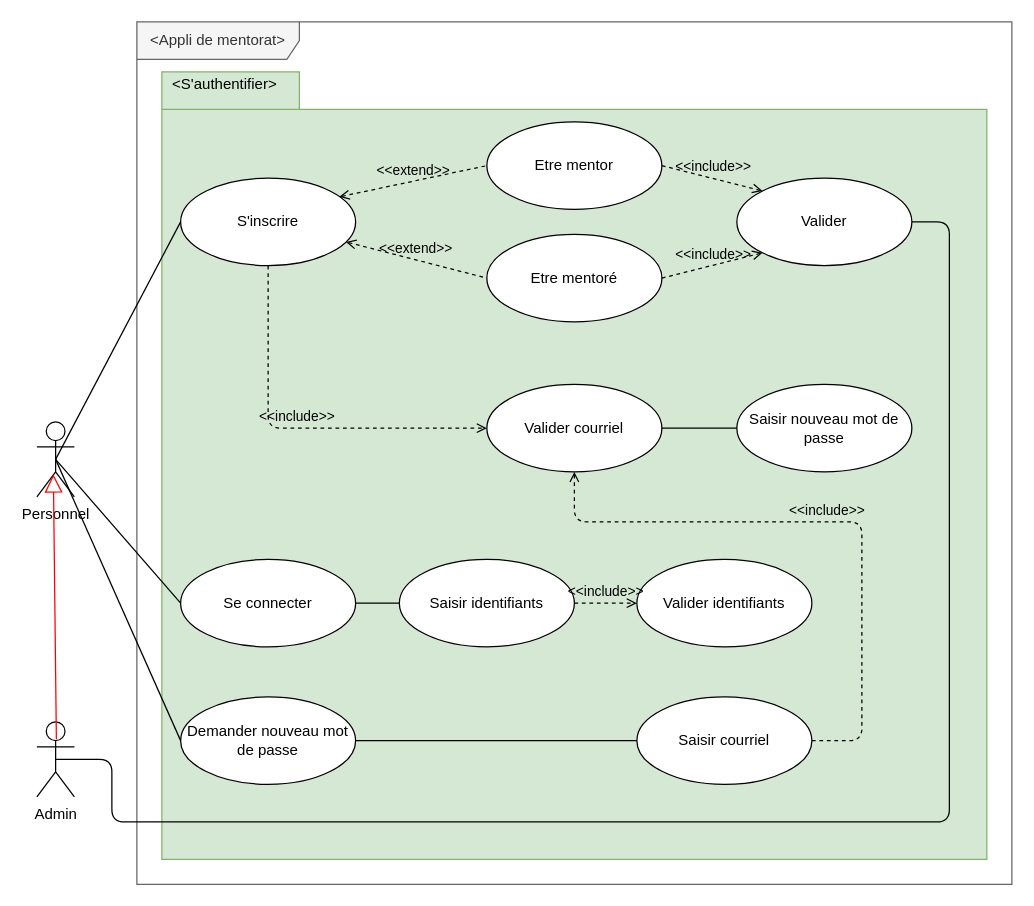
emmo78/Project_ConceptionOfMentorApp keeps this draw.io diagram as page "S'authentifier" (2 of 8) of UseCasesDiagram.drawio. Above is the earlier version. Source tidied: cells renumbered, new cells numbered last; positions are measured from the earlier drawing's top-left corner, leaving out a move shared by most shapes. Both pictures are drawn from the tidied source at 125%, with x=0, y=0 at pixel (36, 21).
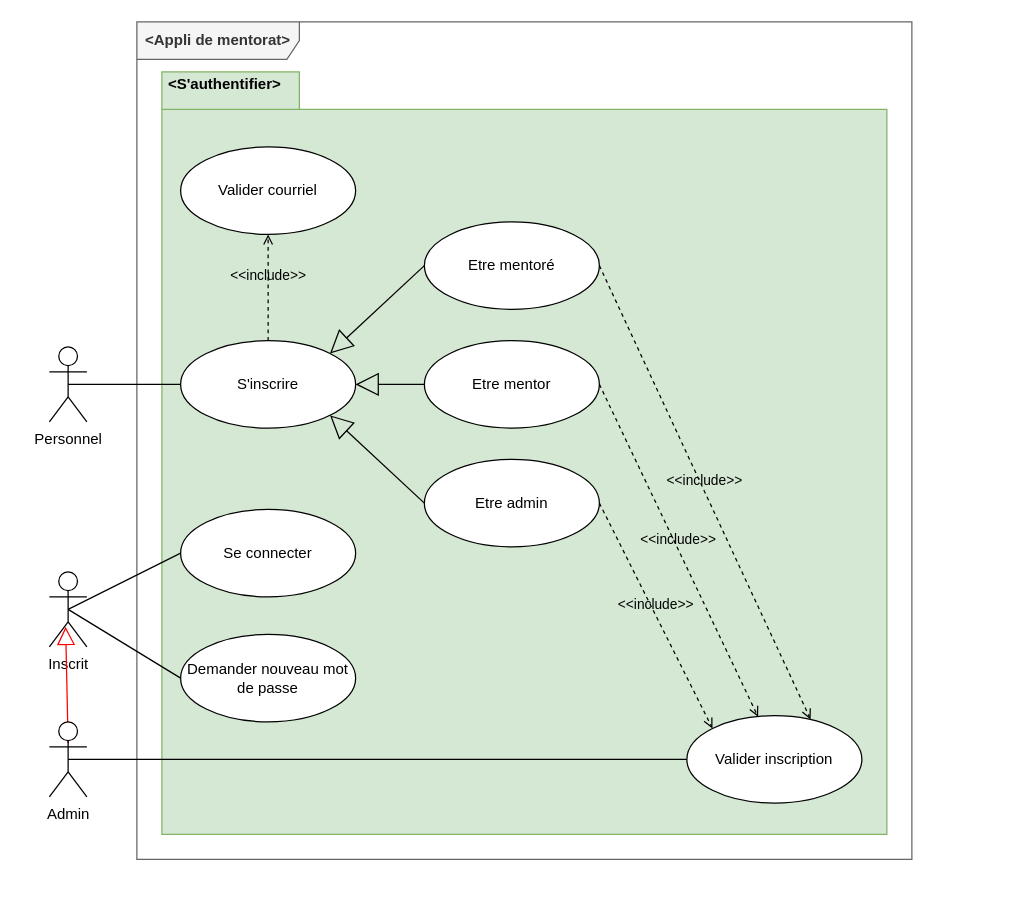
After the change.

Diff of the diagram source:
```diff
@@
-    <mxCell id="2" value="&amp;lt;Appli de mentorat&amp;gt;" style="shape=umlFrame;whiteSpace=wrap;html=1;width=130;height=30;fillColor=#f5f5f5;strokeColor=#666666;fontColor=#333333;" parent="1" vertex="1">
-      <mxGeometry x="80" width="700" height="690" as="geometry" />
+    <mxCell id="2" value="&lt;b&gt;&amp;lt;Appli de mentorat&amp;gt;&lt;/b&gt;" style="shape=umlFrame;whiteSpace=wrap;html=1;width=130;height=30;fillColor=#f5f5f5;strokeColor=#666666;fontColor=#333333;" parent="1" vertex="1">
+      <mxGeometry x="80" width="620" height="670" as="geometry" />
     </mxCell>
     <mxCell id="3" style="shape=folder;fontStyle=1;tabWidth=110;tabHeight=30;tabPosition=left;html=1;boundedLbl=1;fillColor=#d5e8d4;strokeColor=#82b366;" parent="1" vertex="1">
-      <mxGeometry x="100" y="40" width="660" height="630" as="geometry" />
+      <mxGeometry x="100" y="40" width="580" height="610" as="geometry" />
     </mxCell>
-    <mxCell id="4" value="&amp;lt;S'authentifier&amp;gt;" style="text;html=1;align=center;verticalAlign=middle;" parent="1" vertex="1">
-      <mxGeometry x="100" y="40" width="100" height="20" as="geometry" />
+    <mxCell id="4" value="&lt;b&gt;&amp;lt;S'authentifier&amp;gt;&lt;/b&gt;" style="text;html=1;align=center;verticalAlign=middle;" parent="1" vertex="1">
+      <mxGeometry x="95" y="40" width="110" height="20" as="geometry" />
     </mxCell>
     <mxCell id="5" value="S'inscrire" style="ellipse;whiteSpace=wrap;html=1;" parent="1" vertex="1">
-      <mxGeometry x="115" y="125" width="140" height="70" as="geometry" />
+      <mxGeometry x="115" y="255" width="140" height="70" as="geometry" />
     </mxCell>
     <mxCell id="6" value="Se connecter" style="ellipse;whiteSpace=wrap;html=1;" parent="1" vertex="1">
-      <mxGeometry x="115" y="430" width="140" height="70" as="geometry" />
+      <mxGeometry x="115" y="390" width="140" height="70" as="geometry" />
     </mxCell>
     <mxCell id="7" value="Demander nouveau mot de passe" style="ellipse;whiteSpace=wrap;html=1;" parent="1" vertex="1">
-      <mxGeometry x="115" y="540" width="140" height="70" as="geometry" />
+      <mxGeometry x="115" y="490" width="140" height="70" as="geometry" />
     </mxCell>
-    <mxCell id="8" value="Etre mentor" style="ellipse;whiteSpace=wrap;html=1;" parent="1" vertex="1">
-      <mxGeometry x="360" y="80" width="140" height="70" as="geometry" />
-    </mxCell>
-    <mxCell id="9" value="Etre mentoré" style="ellipse;whiteSpace=wrap;html=1;" parent="1" vertex="1">
-      <mxGeometry x="360" y="170" width="140" height="70" as="geometry" />
-    </mxCell>
-    <mxCell id="10" value="Saisir identifiants" style="ellipse;whiteSpace=wrap;html=1;" parent="1" vertex="1">
-      <mxGeometry x="290" y="430" width="140" height="70" as="geometry" />
-    </mxCell>
@@
-    <mxCell id="12" value="&amp;lt;&amp;lt;extend&amp;gt;&amp;gt;" style="html=1;verticalAlign=bottom;labelBackgroundColor=none;endArrow=none;endFill=0;dashed=1;strokeWidth=1;startArrow=open;startFill=0;entryX=0;entryY=0.5;entryDx=0;entryDy=0;exitX=0.907;exitY=0.214;exitDx=0;exitDy=0;exitPerimeter=0;" parent="1" edge="1" source="5" target="8">
-      <mxGeometry relative="1" as="geometry" />
-    </mxCell>
-    <mxCell id="13" value="&amp;lt;&amp;lt;extend&amp;gt;&amp;gt;" style="html=1;verticalAlign=bottom;labelBackgroundColor=none;endArrow=none;endFill=0;dashed=1;strokeWidth=1;startArrow=open;startFill=0;entryX=0;entryY=0.5;entryDx=0;entryDy=0;" parent="1" edge="1" source="5" target="9">
-      <mxGeometry relative="1" as="geometry" />
-    </mxCell>
-    <mxCell id="14" value="Valider identifiants" style="ellipse;whiteSpace=wrap;html=1;" parent="1" vertex="1">
-      <mxGeometry x="480" y="430" width="140" height="70" as="geometry" />
-    </mxCell>
-    <mxCell id="15" value="&amp;lt;&amp;lt;include&amp;gt;&amp;gt;" style="html=1;verticalAlign=bottom;labelBackgroundColor=none;endArrow=open;endFill=0;dashed=1;strokeWidth=1;entryX=0;entryY=0.5;entryDx=0;entryDy=0;exitX=1;exitY=0.5;exitDx=0;exitDy=0;" parent="1" edge="1" source="10" target="14">
-      <mxGeometry relative="1" as="geometry" />
-    </mxCell>
-    <mxCell id="16" value="Saisir courriel" style="ellipse;whiteSpace=wrap;html=1;" parent="1" vertex="1">
-      <mxGeometry x="480" y="540" width="140" height="70" as="geometry" />
-    </mxCell>
     <mxCell id="17" value="Valider courriel" style="ellipse;whiteSpace=wrap;html=1;" parent="1" vertex="1">
-      <mxGeometry x="360" y="290" width="140" height="70" as="geometry" />
+      <mxGeometry x="115" y="100" width="140" height="70" as="geometry" />
     </mxCell>
-    <mxCell id="18" value="&amp;lt;&amp;lt;include&amp;gt;&amp;gt;" style="html=1;verticalAlign=bottom;labelBackgroundColor=none;endArrow=open;endFill=0;dashed=1;strokeWidth=1;entryX=0.5;entryY=1;entryDx=0;entryDy=0;exitX=1;exitY=0.5;exitDx=0;exitDy=0;edgeStyle=orthogonalEdgeStyle;" parent="1" edge="1" source="16" target="17">
-      <mxGeometry relative="1" as="geometry">
-        <Array as="points">
-          <mxPoint x="660" y="575" />
-          <mxPoint x="660" y="400" />
-          <mxPoint x="430" y="400" />
-        </Array>
-      </mxGeometry>
-    </mxCell>
-    <mxCell id="19" style="endArrow=none;html=1;strokeWidth=1;exitX=1;exitY=0.5;exitDx=0;exitDy=0;entryX=0;entryY=0.5;entryDx=0;entryDy=0;" parent="1" edge="1" source="7" target="16">
-      <mxGeometry relative="1" as="geometry" />
-    </mxCell>
     <mxCell id="20" value="Personnel" style="shape=umlActor;verticalLabelPosition=bottom;verticalAlign=top;html=1;" parent="1" vertex="1">
-      <mxGeometry y="320" width="30" height="60" as="geometry" />
+      <mxGeometry x="10" y="260" width="30" height="60" as="geometry" />
     </mxCell>
@@
-    <mxCell id="22" style="endArrow=none;html=1;exitX=0.5;exitY=0.5;exitDx=0;exitDy=0;exitPerimeter=0;entryX=0;entryY=0.5;entryDx=0;entryDy=0;" parent="1" edge="1" source="20" target="6">
+    <mxCell id="22" style="endArrow=none;html=1;exitX=0.5;exitY=0.5;exitDx=0;exitDy=0;exitPerimeter=0;entryX=0;entryY=0.5;entryDx=0;entryDy=0;" parent="1" edge="1" source="36" target="6">
       <mxGeometry relative="1" as="geometry" />
     </mxCell>
-    <mxCell id="23" value="&amp;lt;&amp;lt;include&amp;gt;&amp;gt;" style="html=1;verticalAlign=bottom;labelBackgroundColor=none;endArrow=open;endFill=0;dashed=1;strokeWidth=1;exitX=0.5;exitY=1;exitDx=0;exitDy=0;entryX=0;entryY=0.5;entryDx=0;entryDy=0;edgeStyle=orthogonalEdgeStyle;" parent="1" edge="1" source="5" target="17">
+    <mxCell id="23" value="&amp;lt;&amp;lt;include&amp;gt;&amp;gt;" style="html=1;verticalAlign=bottom;labelBackgroundColor=none;endArrow=open;endFill=0;dashed=1;strokeWidth=1;exitX=0.5;exitY=0;exitDx=0;exitDy=0;entryX=0.5;entryY=1;entryDx=0;entryDy=0;" parent="1" edge="1" source="5" target="17">
       <mxGeometry relative="1" as="geometry" />
     </mxCell>
-    <mxCell id="24" style="endArrow=none;html=1;edgeStyle=orthogonalEdgeStyle;entryX=0;entryY=0.5;entryDx=0;entryDy=0;" parent="1" edge="1" source="6" target="10">
-      <mxGeometry relative="1" as="geometry" />
-    </mxCell>
-    <mxCell id="25" style="endArrow=none;html=1;exitX=0.5;exitY=0.5;exitDx=0;exitDy=0;exitPerimeter=0;entryX=0;entryY=0.5;entryDx=0;entryDy=0;" parent="1" edge="1" source="20" target="7">
+    <mxCell id="25" style="endArrow=none;html=1;exitX=0.5;exitY=0.5;exitDx=0;exitDy=0;exitPerimeter=0;entryX=0;entryY=0.5;entryDx=0;entryDy=0;" parent="1" edge="1" source="36" target="7">
       <mxGeometry relative="1" as="geometry" />
     </mxCell>
+    <mxCell id="33" style="edgeStyle=none;rounded=0;orthogonalLoop=1;jettySize=auto;html=1;exitX=0.5;exitY=1;exitDx=0;exitDy=0;exitPerimeter=0;" parent="1" edge="1" source="3" target="3">
+      <mxGeometry relative="1" as="geometry" />
+    </mxCell>
+    <mxCell id="35" style="edgeStyle=orthogonalEdgeStyle;rounded=0;orthogonalLoop=1;jettySize=auto;html=1;exitX=0.5;exitY=1;exitDx=0;exitDy=0;exitPerimeter=0;" parent="1" edge="1" source="3" target="3">
+      <mxGeometry relative="1" as="geometry" />
+    </mxCell>
+    <mxCell id="36" value="Inscrit" style="shape=umlActor;verticalLabelPosition=bottom;verticalAlign=top;html=1;" parent="1" vertex="1">
+      <mxGeometry x="10" y="440" width="30" height="60" as="geometry" />
+    </mxCell>
+    <mxCell id="37" style="endArrow=block;endFill=0;endSize=12;html=1;strokeWidth=1;exitX=0.5;exitY=0.283;exitDx=0;exitDy=0;exitPerimeter=0;entryX=0.433;entryY=0.733;entryDx=0;entryDy=0;entryPerimeter=0;strokeColor=#FF0000;" parent="1" edge="1" source="26" target="36">
+      <mxGeometry relative="1" as="geometry" />
+    </mxCell>
     <mxCell id="26" value="Admin" style="shape=umlActor;verticalLabelPosition=bottom;verticalAlign=top;html=1;" parent="1" vertex="1">
-      <mxGeometry y="560" width="30" height="60" as="geometry" />
+      <mxGeometry x="10" y="560" width="30" height="60" as="geometry" />
     </mxCell>
-    <mxCell id="27" value="Valider" style="ellipse;whiteSpace=wrap;html=1;" parent="1" vertex="1">
-      <mxGeometry x="560" y="125" width="140" height="70" as="geometry" />
-    </mxCell>
-    <mxCell id="28" style="endArrow=none;html=1;entryX=0.5;entryY=0.5;entryDx=0;entryDy=0;entryPerimeter=0;exitX=1;exitY=0.5;exitDx=0;exitDy=0;edgeStyle=orthogonalEdgeStyle;" parent="1" edge="1" source="27" target="26">
-      <mxGeometry relative="1" as="geometry">
-        <Array as="points">
-          <mxPoint x="730" y="160" />
-          <mxPoint x="730" y="640" />
-          <mxPoint x="60" y="640" />
-          <mxPoint x="60" y="590" />
-        </Array>
-      </mxGeometry>
-    </mxCell>
-    <mxCell id="29" value="&amp;lt;&amp;lt;include&amp;gt;&amp;gt;" style="html=1;verticalAlign=bottom;labelBackgroundColor=none;endArrow=open;endFill=0;dashed=1;exitX=1;exitY=0.5;exitDx=0;exitDy=0;entryX=0;entryY=0;entryDx=0;entryDy=0;" parent="1" edge="1" source="8" target="27">
-      <mxGeometry relative="1" as="geometry" />
-    </mxCell>
-    <mxCell id="30" value="&amp;lt;&amp;lt;include&amp;gt;&amp;gt;" style="html=1;verticalAlign=bottom;labelBackgroundColor=none;endArrow=open;endFill=0;dashed=1;exitX=1;exitY=0.5;exitDx=0;exitDy=0;entryX=0;entryY=1;entryDx=0;entryDy=0;" parent="1" edge="1" source="9" target="27">
-      <mxGeometry relative="1" as="geometry" />
-    </mxCell>
-    <mxCell id="31" value="Saisir nouveau mot de passe" style="ellipse;whiteSpace=wrap;html=1;" parent="1" vertex="1">
-      <mxGeometry x="560" y="290" width="140" height="70" as="geometry" />
-    </mxCell>
-    <mxCell id="32" style="endArrow=none;html=1;edgeStyle=orthogonalEdgeStyle;exitX=1;exitY=0.5;exitDx=0;exitDy=0;" parent="1" edge="1" source="17" target="31">
-      <mxGeometry relative="1" as="geometry" />
-    </mxCell>
-    <mxCell id="33" style="edgeStyle=none;rounded=0;orthogonalLoop=1;jettySize=auto;html=1;exitX=0.5;exitY=1;exitDx=0;exitDy=0;exitPerimeter=0;" parent="1" edge="1" source="3" target="3">
-      <mxGeometry relative="1" as="geometry" />
-    </mxCell>
-    <mxCell id="34" style="endArrow=block;endFill=0;endSize=12;html=1;strokeWidth=1;exitX=0.52;exitY=0.233;exitDx=0;exitDy=0;exitPerimeter=0;entryX=0.44;entryY=0.7;entryDx=0;entryDy=0;entryPerimeter=0;strokeColor=#FF0000;" parent="1" edge="1" source="26" target="20">
-      <mxGeometry relative="1" as="geometry" />
-    </mxCell>
+    <mxCell id="38" value="Valider inscription" style="ellipse;whiteSpace=wrap;html=1;" parent="1" vertex="1">
+      <mxGeometry x="520" y="555" width="140" height="70" as="geometry" />
+    </mxCell>
+    <mxCell id="39" style="endArrow=none;html=1;exitX=0.5;exitY=0.5;exitDx=0;exitDy=0;exitPerimeter=0;entryX=0;entryY=0.5;entryDx=0;entryDy=0;" parent="1" edge="1" source="26" target="38">
+      <mxGeometry relative="1" as="geometry" />
+    </mxCell>
+    <mxCell id="40" value="&amp;lt;&amp;lt;include&amp;gt;&amp;gt;" style="html=1;verticalAlign=bottom;labelBackgroundColor=none;endArrow=open;endFill=0;dashed=1;strokeWidth=1;entryX=0;entryY=0;entryDx=0;entryDy=0;exitX=1;exitY=0.5;exitDx=0;exitDy=0;" parent="1" edge="1" source="41" target="38">
+      <mxGeometry relative="1" as="geometry" />
+    </mxCell>
+    <mxCell id="8" value="Etre mentor" style="ellipse;whiteSpace=wrap;html=1;" parent="1" vertex="1">
+      <mxGeometry x="310" y="255" width="140" height="70" as="geometry" />
+    </mxCell>
+    <mxCell id="41" value="Etre admin" style="ellipse;whiteSpace=wrap;html=1;" parent="1" vertex="1">
+      <mxGeometry x="310" y="350" width="140" height="70" as="geometry" />
+    </mxCell>
+    <mxCell id="9" value="Etre mentoré" style="ellipse;whiteSpace=wrap;html=1;" parent="1" vertex="1">
+      <mxGeometry x="310" y="160" width="140" height="70" as="geometry" />
+    </mxCell>
+    <mxCell id="42" style="endArrow=block;endSize=16;endFill=0;html=1;rounded=0;exitX=0;exitY=0.5;exitDx=0;exitDy=0;entryX=1;entryY=0;entryDx=0;entryDy=0;" parent="1" edge="1" source="9" target="5">
+      <mxGeometry y="20" relative="1" as="geometry" />
+    </mxCell>
+    <mxCell id="43" style="endArrow=block;endSize=16;endFill=0;html=1;rounded=0;exitX=0;exitY=0.5;exitDx=0;exitDy=0;entryX=1;entryY=0.5;entryDx=0;entryDy=0;" parent="1" edge="1" source="8" target="5">
+      <mxGeometry y="20" relative="1" as="geometry" />
+    </mxCell>
+    <mxCell id="44" style="endArrow=block;endSize=16;endFill=0;html=1;rounded=0;exitX=0;exitY=0.5;exitDx=0;exitDy=0;entryX=1;entryY=1;entryDx=0;entryDy=0;" parent="1" edge="1" source="41" target="5">
+      <mxGeometry y="20" relative="1" as="geometry" />
+    </mxCell>
+    <mxCell id="45" value="&amp;lt;&amp;lt;include&amp;gt;&amp;gt;" style="html=1;verticalAlign=bottom;labelBackgroundColor=none;endArrow=open;endFill=0;dashed=1;strokeWidth=1;entryX=0.407;entryY=0.014;entryDx=0;entryDy=0;exitX=1;exitY=0.5;exitDx=0;exitDy=0;entryPerimeter=0;" parent="1" edge="1" source="8" target="38">
+      <mxGeometry relative="1" as="geometry" />
+    </mxCell>
+    <mxCell id="46" value="&amp;lt;&amp;lt;include&amp;gt;&amp;gt;" style="html=1;verticalAlign=bottom;labelBackgroundColor=none;endArrow=open;endFill=0;dashed=1;strokeWidth=1;exitX=1;exitY=0.5;exitDx=0;exitDy=0;entryX=0.707;entryY=0.043;entryDx=0;entryDy=0;entryPerimeter=0;" parent="1" edge="1" source="9" target="38">
+      <mxGeometry relative="1" as="geometry" />
+    </mxCell>
```
